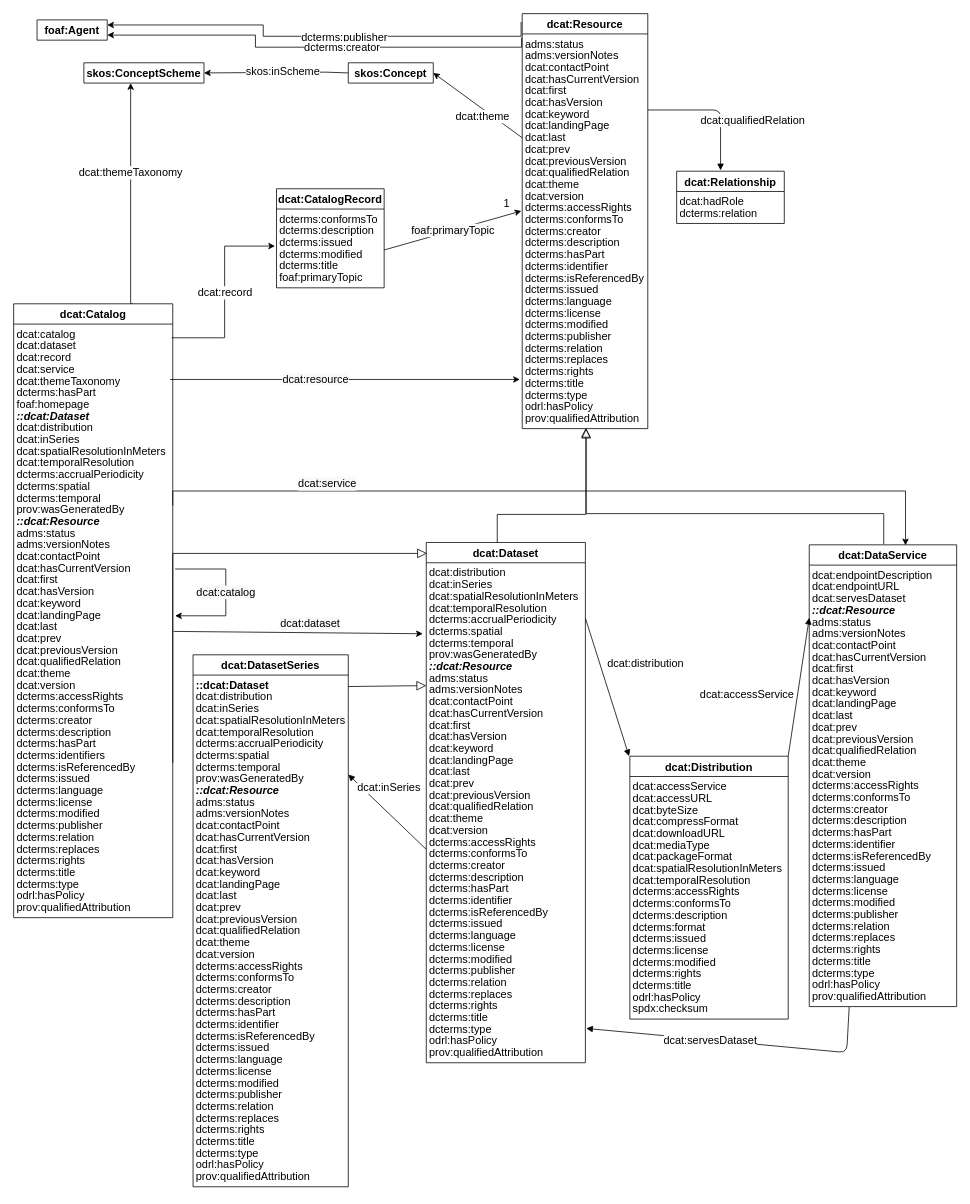
w3c/dxwg keeps this draw.io diagram as dcat/images/dcat-all-attributes.drawio. Above is the earlier version. Source tidied: cells renumbered, new cells numbered last; positions are measured from the earlier drawing's top-left corner, leaving out a move shared by most shapes. Both pictures are drawn from the tidied source at 78%, with x=0, y=0 at pixel (13, 13).
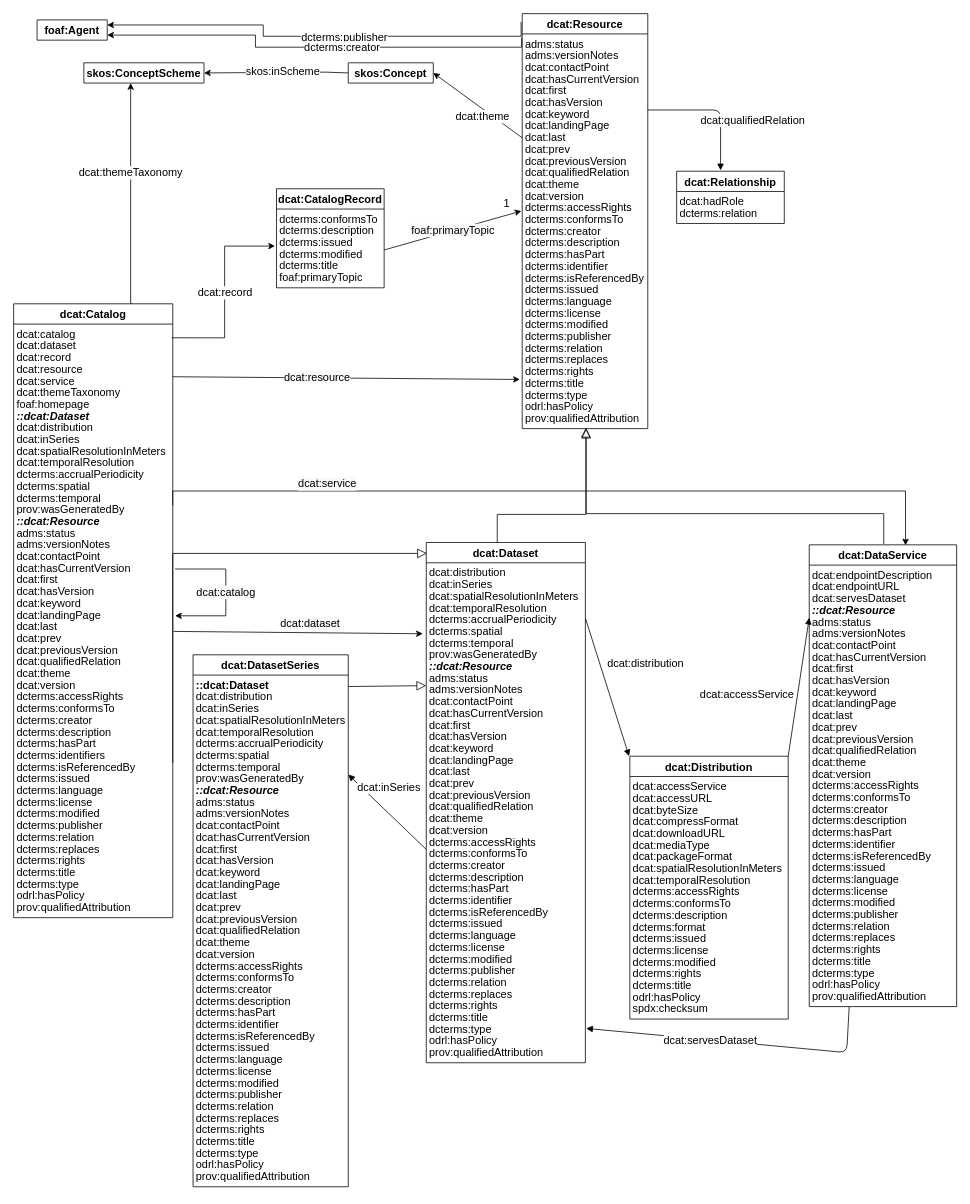
Above is the later version.

Commit message (it also covers changes not shown here):
Correcting the DCAT class Diagram as Suggested by issue #1528

Unchanged cells that the change refers to:
```xml
<mxCell id="4" value="dcat:Catalog" style="swimlane;fontStyle=1;horizontal=1;startSize=26;spacing=0;fontSize=14;" parent="1" vertex="1">
  <mxGeometry y="372" width="204" height="787" as="geometry" />
</mxCell>
```

Diff of the diagram source:
```diff
@@
+    <mxCell id="10" value="dcat:resource" style="text;strokeColor=none;fillColor=none;align=left;verticalAlign=top;spacingLeft=4;spacingRight=4;overflow=hidden;points=[[0,0.5],[1,0.5]];portConstraint=eastwest;spacing=0;fontSize=14;" parent="4" vertex="1">
+      <mxGeometry y="71" width="204" height="15" as="geometry" />
+    </mxCell>
     <mxCell id="8" value="dcat:service" style="text;strokeColor=none;fillColor=none;align=left;verticalAlign=top;spacingLeft=4;spacingRight=4;overflow=hidden;points=[[0,0.5],[1,0.5]];portConstraint=eastwest;spacing=0;fontSize=14;" parent="4" vertex="1">
-      <mxGeometry y="71" width="204" height="15" as="geometry" />
+      <mxGeometry y="86" width="204" height="15" as="geometry" />
     </mxCell>
     <mxCell id="9" value="dcat:themeTaxonomy" style="text;strokeColor=none;fillColor=none;align=left;verticalAlign=top;spacingLeft=4;spacingRight=4;overflow=hidden;spacing=0;fontSize=14;" parent="4" vertex="1">
-      <mxGeometry y="86" width="204" height="15" as="geometry" />
+      <mxGeometry y="101" width="204" height="15" as="geometry" />
     </mxCell>
-    <mxCell id="10" value="dcterms:hasPart" style="text;strokeColor=none;fillColor=none;align=left;verticalAlign=top;spacingLeft=4;spacingRight=4;overflow=hidden;points=[[0,0.5],[1,0.5]];portConstraint=eastwest;spacing=0;fontSize=14;" parent="4" vertex="1">
-      <mxGeometry y="101" width="204" height="15" as="geometry" />
-    </mxCell>
@@
-    <mxCell id="106" value="&lt;span style=&quot;font-size: 14px ; text-align: left ; background-color: rgb(248 , 249 , 250)&quot;&gt;dcat:resource&lt;/span&gt;" style="rounded=0;jettySize=auto;html=1;exitX=0.983;exitY=-0.267;exitDx=0;exitDy=0;fontSize=14;spacing=0;exitPerimeter=0;" parent="1" edge="1" source="10">
+    <mxCell id="106" value="&lt;span style=&quot;font-size: 14px ; text-align: left ; background-color: rgb(248 , 249 , 250)&quot;&gt;dcat:resource&lt;/span&gt;" style="rounded=0;jettySize=auto;html=1;exitX=1;exitY=0.5;exitDx=0;exitDy=0;fontSize=14;spacing=0;" parent="1" edge="1" source="8">
       <mxGeometry x="-0.17" relative="1" as="geometry">
         <mxPoint x="649" y="469" as="targetPoint" />
       </mxGeometry>
     </mxCell>
```
